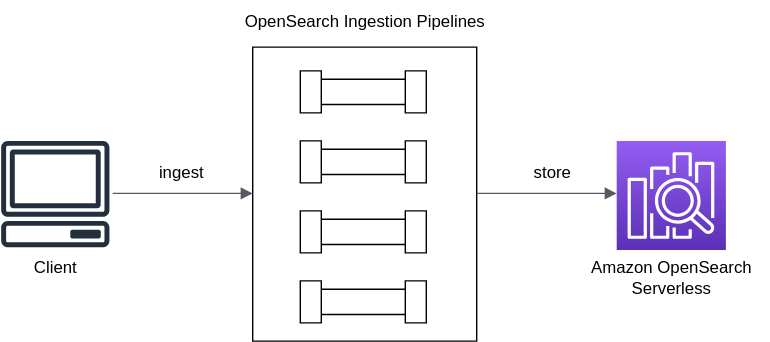
Before: opensearch-ingestion/opensearch-serverless/osis-collection-pipeline.svg, a diagram exported from draw.io (ksmin23/my-aws-cdk-examples). Source tidied: cells renumbered, new cells last; positions are measured from the earlier drawing's top-left corner, leaving out a move shared by most shapes.
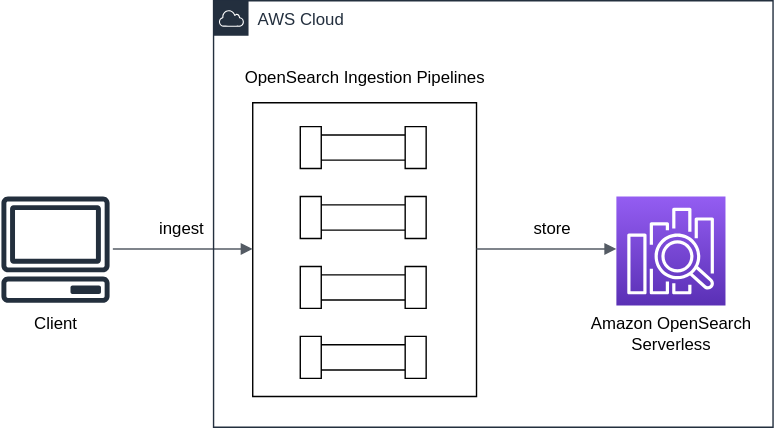
The same diagram one commit later.

The edit, as a diff of the source:
```diff
@@ -50,5 +50,8 @@
     <mxCell id="15" value="Client" style="text;html=1;align=center;verticalAlign=middle;strokeColor=none;fillColor=none;" parent="1" vertex="1">
       <mxGeometry x="14" y="176" width="50" height="30" as="geometry" />
     </mxCell>
+    <mxCell id="16" value="AWS Cloud" style="gradientColor=none;html=1;whiteSpace=wrap;fontSize=12;fontStyle=0;shape=mxgraph.aws4.group;grIcon=mxgraph.aws4.group_aws_cloud;strokeColor=#232F3E;fillColor=none;verticalAlign=top;align=left;spacingLeft=30;fontColor=#232F3E;dashed=0;" parent="1" vertex="1">
+      <mxGeometry x="152" y="-40" width="400" height="305" as="geometry" />
+    </mxCell>
   </root>
 </mxGraphModel>
```
